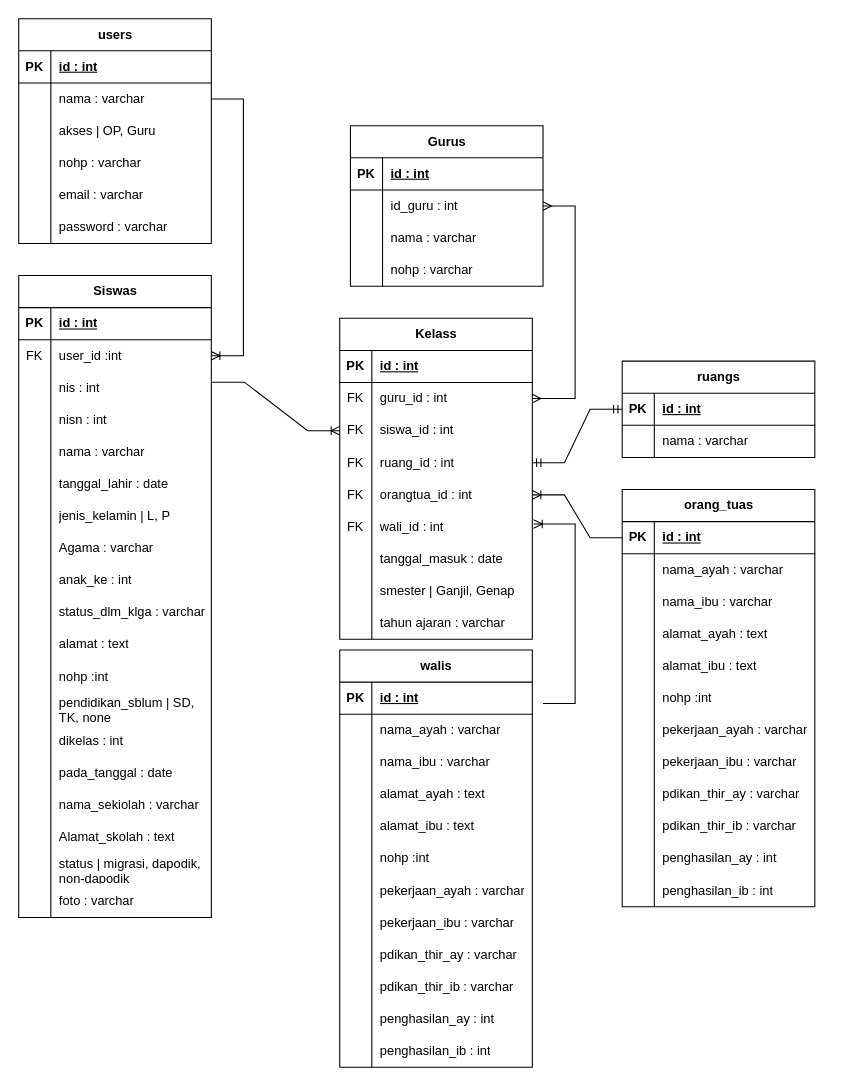
Above: database.drawio in XxGembelxX/Rancangan_KP (draw.io), before the change. Source tidied: cells renumbered, new cells numbered last; positions are measured from the earlier drawing's top-left corner, leaving out a move shared by most shapes. Both pictures are drawn from the tidied source at 107%, with x=0, y=0 at pixel (18, 18).
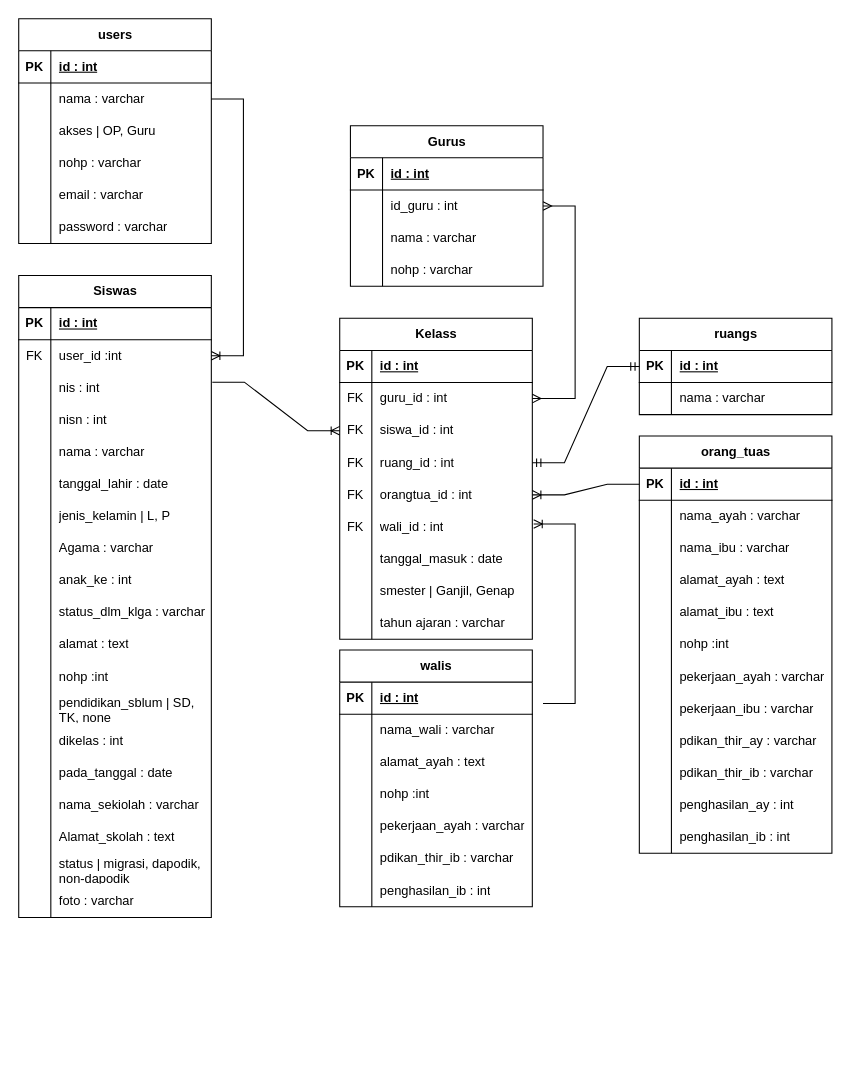
Above is the later version.

The change refers to these unchanged cells:
```xml
<mxCell id="172" style="shape=tableRow;horizontal=0;startSize=0;swimlaneHead=0;swimlaneBody=0;fillColor=none;top=0;left=0;right=0;bottom=0;rounded=0;labelBackgroundColor=none;" parent="168" vertex="1">
  <mxGeometry y="60" width="180" height="30" as="geometry" />
</mxCell>
```

The edit, as a diff of the source:
```diff
@@
     <mxCell id="123" value="ruangs" style="shape=table;startSize=30;childLayout=tableLayout;rowLines=0;fontStyle=1;align=center;html=1;rounded=0;labelBackgroundColor=none;" parent="1" vertex="1">
-      <mxGeometry x="564" y="320" width="180" height="90" as="geometry" />
+      <mxGeometry x="580" y="280" width="180" height="90" as="geometry" />
     </mxCell>
@@
     <mxCell id="131" value="orang_tuas" style="shape=table;startSize=30;childLayout=tableLayout;rowLines=0;fontStyle=1;align=center;html=1;rounded=0;labelBackgroundColor=none;" parent="1" vertex="1">
-      <mxGeometry x="564" y="440" width="180" height="390" as="geometry" />
+      <mxGeometry x="580" y="390" width="180" height="390" as="geometry" />
     </mxCell>
@@
     <mxCell id="168" value="walis" style="shape=table;startSize=30;childLayout=tableLayout;rowLines=0;fontStyle=1;align=center;html=1;rounded=0;labelBackgroundColor=none;" parent="1" vertex="1">
-      <mxGeometry x="300" y="590" width="180" height="390" as="geometry" />
+      <mxGeometry x="300" y="590" width="180" height="240" as="geometry" />
     </mxCell>
@@
-    <mxCell id="174" value="nama_ayah : varchar" style="shape=partialRectangle;fillColor=none;top=0;left=0;bottom=0;right=0;align=left;spacingLeft=6;overflow=hidden;whiteSpace=wrap;html=1;rounded=0;labelBackgroundColor=none;" parent="172" vertex="1">
+    <mxCell id="174" value="nama_wali : varchar" style="shape=partialRectangle;fillColor=none;top=0;left=0;bottom=0;right=0;align=left;spacingLeft=6;overflow=hidden;whiteSpace=wrap;html=1;rounded=0;labelBackgroundColor=none;" parent="172" vertex="1">
       <mxGeometry x="30" width="150" height="30" as="geometry" />
     </mxCell>
-    <mxCell id="175" style="shape=tableRow;horizontal=0;startSize=0;swimlaneHead=0;swimlaneBody=0;fillColor=none;top=0;left=0;right=0;bottom=0;rounded=0;labelBackgroundColor=none;" parent="168" vertex="1">
-      <mxGeometry y="90" width="180" height="30" as="geometry" />
-    </mxCell>
-    <mxCell id="176" style="shape=partialRectangle;fillColor=none;top=0;left=0;bottom=0;right=0;overflow=hidden;whiteSpace=wrap;html=1;rounded=0;labelBackgroundColor=none;" parent="175" vertex="1">
-      <mxGeometry width="30" height="30" as="geometry" />
-    </mxCell>
-    <mxCell id="177" value="nama_ibu : varchar" style="shape=partialRectangle;fillColor=none;top=0;left=0;bottom=0;right=0;align=left;spacingLeft=6;overflow=hidden;whiteSpace=wrap;html=1;rounded=0;labelBackgroundColor=none;" parent="175" vertex="1">
-      <mxGeometry x="30" width="150" height="30" as="geometry" />
-    </mxCell>
     <mxCell id="178" style="shape=tableRow;horizontal=0;startSize=0;swimlaneHead=0;swimlaneBody=0;fillColor=none;top=0;left=0;right=0;bottom=0;rounded=0;labelBackgroundColor=none;" parent="168" vertex="1">
-      <mxGeometry y="120" width="180" height="30" as="geometry" />
+      <mxGeometry y="90" width="180" height="30" as="geometry" />
     </mxCell>
@@
-    <mxCell id="181" style="shape=tableRow;horizontal=0;startSize=0;swimlaneHead=0;swimlaneBody=0;fillColor=none;top=0;left=0;right=0;bottom=0;rounded=0;labelBackgroundColor=none;" parent="168" vertex="1">
-      <mxGeometry y="150" width="180" height="30" as="geometry" />
-    </mxCell>
-    <mxCell id="182" style="shape=partialRectangle;fillColor=none;top=0;left=0;bottom=0;right=0;overflow=hidden;whiteSpace=wrap;html=1;rounded=0;labelBackgroundColor=none;" parent="181" vertex="1">
-      <mxGeometry width="30" height="30" as="geometry" />
-    </mxCell>
-    <mxCell id="183" value="alamat_ibu : text" style="shape=partialRectangle;fillColor=none;top=0;left=0;bottom=0;right=0;align=left;spacingLeft=6;overflow=hidden;whiteSpace=wrap;html=1;rounded=0;labelBackgroundColor=none;" parent="181" vertex="1">
-      <mxGeometry x="30" width="150" height="30" as="geometry" />
-    </mxCell>
     <mxCell id="184" style="shape=tableRow;horizontal=0;startSize=0;swimlaneHead=0;swimlaneBody=0;fillColor=none;top=0;left=0;right=0;bottom=0;rounded=0;labelBackgroundColor=none;" parent="168" vertex="1">
-      <mxGeometry y="180" width="180" height="30" as="geometry" />
+      <mxGeometry y="120" width="180" height="30" as="geometry" />
     </mxCell>
@@
     <mxCell id="187" style="shape=tableRow;horizontal=0;startSize=0;swimlaneHead=0;swimlaneBody=0;fillColor=none;top=0;left=0;right=0;bottom=0;rounded=0;labelBackgroundColor=none;" parent="168" vertex="1">
-      <mxGeometry y="210" width="180" height="30" as="geometry" />
+      <mxGeometry y="150" width="180" height="30" as="geometry" />
     </mxCell>
@@
-    <mxCell id="190" style="shape=tableRow;horizontal=0;startSize=0;swimlaneHead=0;swimlaneBody=0;fillColor=none;top=0;left=0;right=0;bottom=0;rounded=0;labelBackgroundColor=none;" parent="168" vertex="1">
-      <mxGeometry y="240" width="180" height="30" as="geometry" />
-    </mxCell>
-    <mxCell id="191" style="shape=partialRectangle;fillColor=none;top=0;left=0;bottom=0;right=0;overflow=hidden;whiteSpace=wrap;html=1;rounded=0;labelBackgroundColor=none;" parent="190" vertex="1">
-      <mxGeometry width="30" height="30" as="geometry" />
-    </mxCell>
-    <mxCell id="192" value="pekerjaan_ibu : varchar" style="shape=partialRectangle;fillColor=none;top=0;left=0;bottom=0;right=0;align=left;spacingLeft=6;overflow=hidden;whiteSpace=wrap;html=1;rounded=0;labelBackgroundColor=none;" parent="190" vertex="1">
-      <mxGeometry x="30" width="150" height="30" as="geometry" />
-    </mxCell>
-    <mxCell id="193" style="shape=tableRow;horizontal=0;startSize=0;swimlaneHead=0;swimlaneBody=0;fillColor=none;top=0;left=0;right=0;bottom=0;rounded=0;labelBackgroundColor=none;" parent="168" vertex="1">
-      <mxGeometry y="270" width="180" height="30" as="geometry" />
-    </mxCell>
-    <mxCell id="194" style="shape=partialRectangle;fillColor=none;top=0;left=0;bottom=0;right=0;overflow=hidden;whiteSpace=wrap;html=1;rounded=0;labelBackgroundColor=none;" parent="193" vertex="1">
-      <mxGeometry width="30" height="30" as="geometry" />
-    </mxCell>
-    <mxCell id="195" value="pdikan_thir_ay : varchar" style="shape=partialRectangle;fillColor=none;top=0;left=0;bottom=0;right=0;align=left;spacingLeft=6;overflow=hidden;whiteSpace=wrap;html=1;rounded=0;labelBackgroundColor=none;" parent="193" vertex="1">
-      <mxGeometry x="30" width="150" height="30" as="geometry" />
-    </mxCell>
     <mxCell id="196" style="shape=tableRow;horizontal=0;startSize=0;swimlaneHead=0;swimlaneBody=0;fillColor=none;top=0;left=0;right=0;bottom=0;rounded=0;labelBackgroundColor=none;" parent="168" vertex="1">
-      <mxGeometry y="300" width="180" height="30" as="geometry" />
+      <mxGeometry y="180" width="180" height="30" as="geometry" />
     </mxCell>
@@
-    <mxCell id="199" style="shape=tableRow;horizontal=0;startSize=0;swimlaneHead=0;swimlaneBody=0;fillColor=none;top=0;left=0;right=0;bottom=0;rounded=0;labelBackgroundColor=none;" parent="168" vertex="1">
-      <mxGeometry y="330" width="180" height="30" as="geometry" />
-    </mxCell>
-    <mxCell id="200" style="shape=partialRectangle;fillColor=none;top=0;left=0;bottom=0;right=0;overflow=hidden;whiteSpace=wrap;html=1;rounded=0;labelBackgroundColor=none;" parent="199" vertex="1">
-      <mxGeometry width="30" height="30" as="geometry" />
-    </mxCell>
-    <mxCell id="201" value="penghasilan_ay : int" style="shape=partialRectangle;fillColor=none;top=0;left=0;bottom=0;right=0;align=left;spacingLeft=6;overflow=hidden;whiteSpace=wrap;html=1;rounded=0;labelBackgroundColor=none;" parent="199" vertex="1">
-      <mxGeometry x="30" width="150" height="30" as="geometry" />
-    </mxCell>
     <mxCell id="202" style="shape=tableRow;horizontal=0;startSize=0;swimlaneHead=0;swimlaneBody=0;fillColor=none;top=0;left=0;right=0;bottom=0;rounded=0;labelBackgroundColor=none;" parent="168" vertex="1">
-      <mxGeometry y="360" width="180" height="30" as="geometry" />
+      <mxGeometry y="210" width="180" height="30" as="geometry" />
     </mxCell>
```
